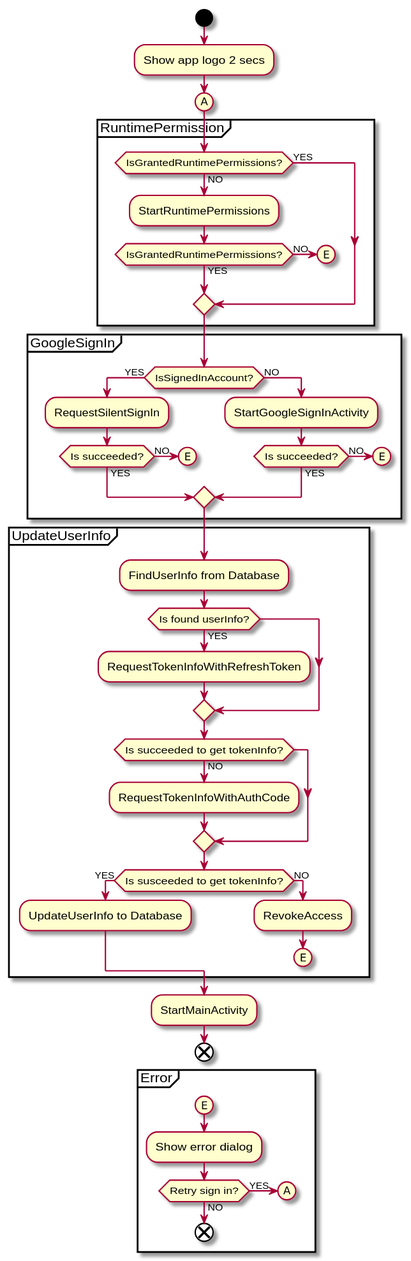
Earlier version of the PlantUML export uml/splash/activity_diagram_splash.svg (sallyluenoa/PhotoSlideShow). Its diagram source:
```plantuml
@startuml
start
:Show app logo 2 secs;

(A)
partition RuntimePermission {
  if (IsGrantedRuntimePermissions?) then (YES)
  else (NO)
    :StartRuntimePermissions;

    if (IsGrantedRuntimePermissions?) then (YES)
    else (NO)
      (E)
      detach
    endif
  endif
}

partition GoogleSignIn {
  if (IsSignedInAccount?) then (YES)
    :RequestSilentSignIn;

    if (Is succeeded?) then (YES)
    else (NO)
      (E)
      detach
    endif

  else (NO)
    :StartGoogleSignInActivity;

    if (Is succeeded?) then (YES)
    else (NO)
      (E)
      detach
    endif

  endif
}

partition UpdateUserInfo {
  :FindUserInfo from Database;

  if (Is found userInfo?) then (YES)
    :RequestTokenInfoWithRefreshToken;
  endif

  if (Is succeeded to get tokenInfo?) then (NO)
    :RequestTokenInfoWithAuthCode;
  endif

  if (Is susceeded to get tokenInfo?) then (YES)
    :UpdateUserInfo to Database;
  else (NO)
    :RevokeAccess;
    (E)
    detach
  endif
}

:StartMainActivity;
end

partition Error {
  (E)
  :Show error dialog;
  if (Retry sign in?) then (YES)
    (A)
  else (NO)
    end
  endif
}
@enduml
```
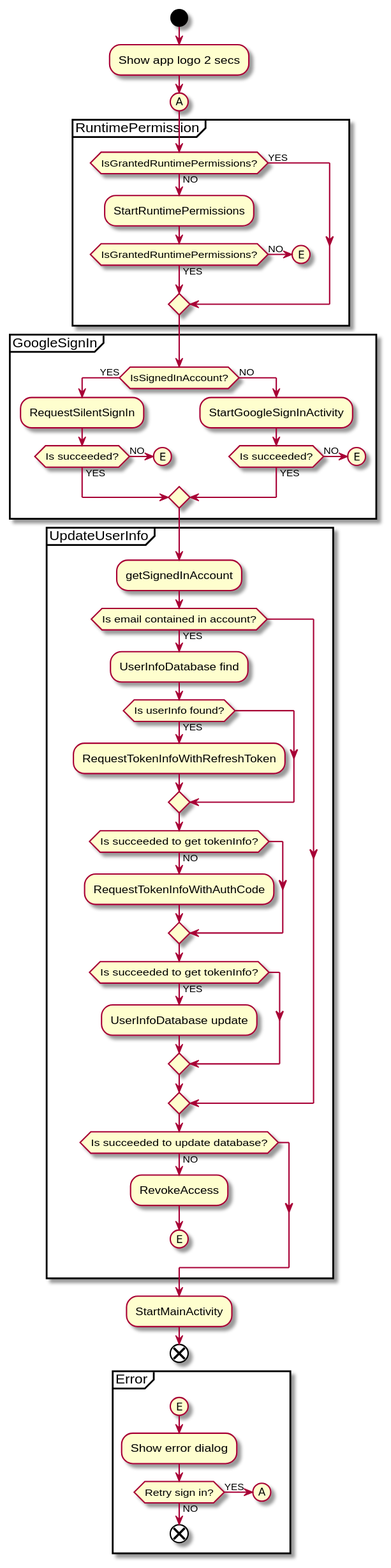
The same file after the commit.

Commit message:
Write UML for design #13

Diff of the diagram source:
```diff
@@ -39,19 +39,25 @@
 }
 
 partition UpdateUserInfo {
-  :FindUserInfo from Database;
+  :getSignedInAccount;
 
-  if (Is found userInfo?) then (YES)
-    :RequestTokenInfoWithRefreshToken;
+  if (Is email contained in account?) then (YES)
+    :UserInfoDatabase find;
+
+    if (Is userInfo found?) then (YES)
+      :RequestTokenInfoWithRefreshToken;
+    endif
+
+    if (Is succeeded to get tokenInfo?) then (NO)
+      :RequestTokenInfoWithAuthCode;
+    endif
+
+    if (Is succeeded to get tokenInfo?) then (YES)
+      :UserInfoDatabase update;
+    endif
   endif
 
-  if (Is succeeded to get tokenInfo?) then (NO)
-    :RequestTokenInfoWithAuthCode;
-  endif
-
-  if (Is susceeded to get tokenInfo?) then (YES)
-    :UpdateUserInfo to Database;
-  else (NO)
+  if (Is succeeded to update database?) then (NO)
     :RevokeAccess;
     (E)
     detach
```
